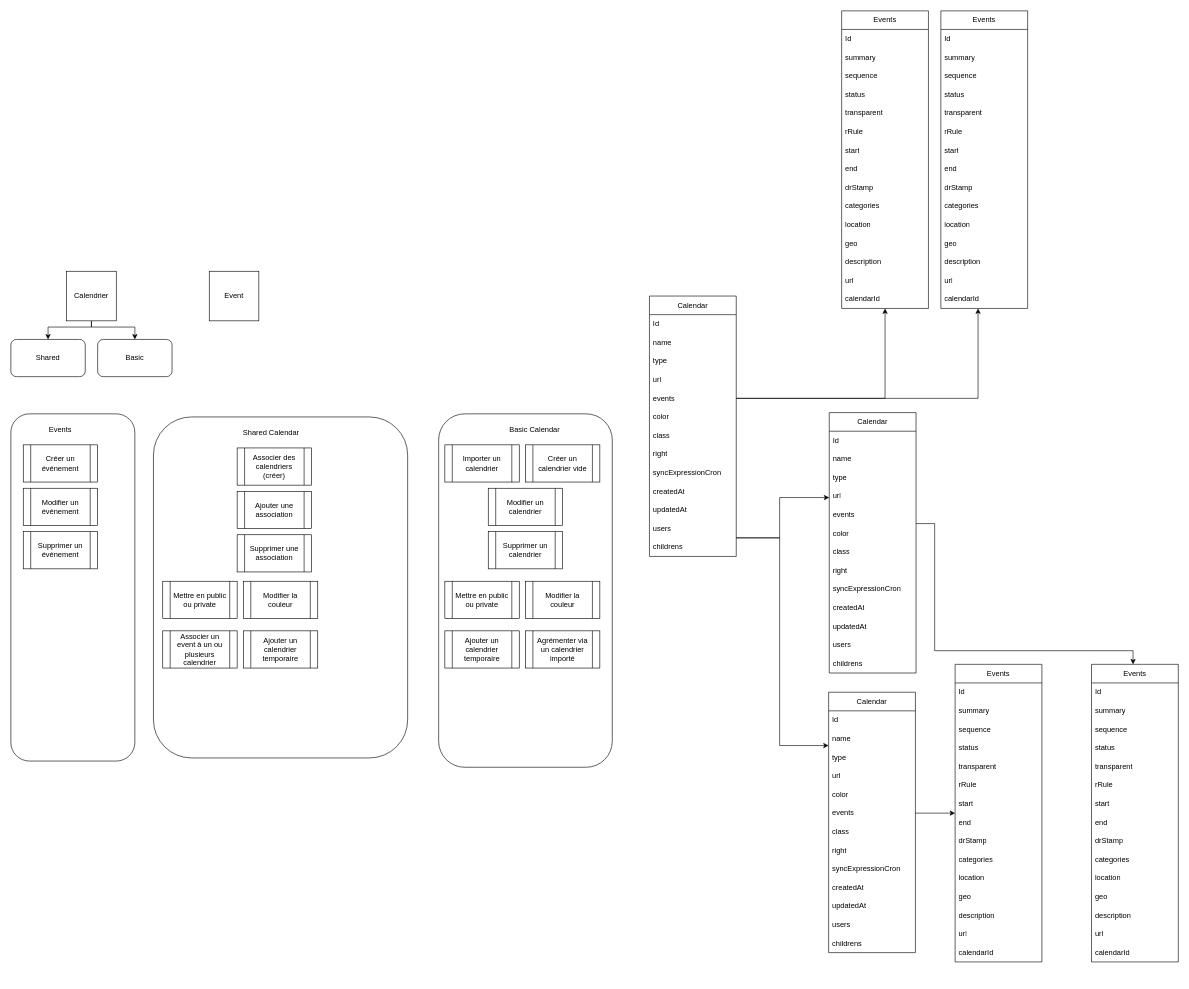
Above: doc_diagram.drawio in YannickPerret/Yach (draw.io), before the change. Source tidied: cells renumbered, new cells numbered last; positions are measured from the earlier drawing's top-left corner, leaving out a move shared by most shapes. Both pictures are drawn from the tidied source at 62%, with x=0, y=0 at pixel (11, 11).
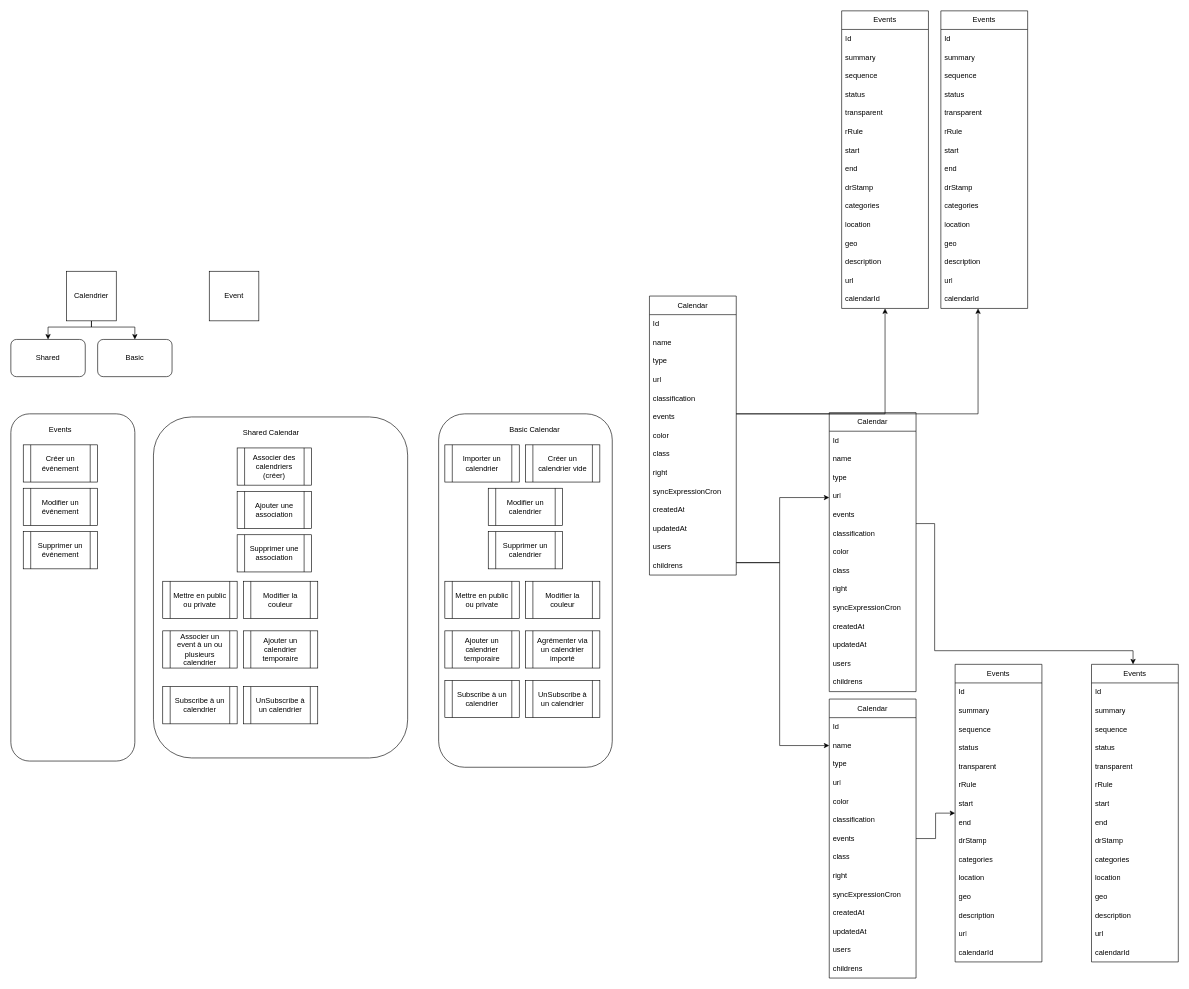
Above is the later version.

The change refers to these unchanged cells:
```xml
<mxCell id="74" value="Events" style="swimlane;fontStyle=0;horizontal=1;startSize=30;whiteSpace=wrap;html=1;" parent="1" vertex="1">
  <mxGeometry x="1340" width="140" height="480" as="geometry" />
</mxCell>
<mxCell id="91" value="Events" style="swimlane;fontStyle=0;horizontal=1;startSize=30;whiteSpace=wrap;html=1;" parent="1" vertex="1">
  <mxGeometry x="1500" width="140" height="480" as="geometry" />
</mxCell>
```

Diff of the diagram source:
```diff
@@
     <mxCell id="30" value="Calendar" style="swimlane;fontStyle=0;horizontal=1;startSize=30;whiteSpace=wrap;html=1;" parent="1" vertex="1">
-      <mxGeometry x="1030" y="460" width="140" height="420" as="geometry" />
+      <mxGeometry x="1030" y="460" width="140" height="450" as="geometry" />
     </mxCell>
@@
+    <mxCell id="144" value="classification" style="text;strokeColor=none;fillColor=none;align=left;verticalAlign=middle;spacingLeft=4;spacingRight=4;overflow=hidden;whiteSpace=wrap;html=1;" parent="30" vertex="1">
+      <mxGeometry y="150" width="140" height="30" as="geometry" />
+    </mxCell>
     <mxCell id="35" value="events" style="text;strokeColor=none;fillColor=none;align=left;verticalAlign=middle;spacingLeft=4;spacingRight=4;overflow=hidden;points=[[0,0.5],[1,0.5]];portConstraint=eastwest;whiteSpace=wrap;html=1;" parent="30" vertex="1">
-      <mxGeometry y="150" width="140" height="30" as="geometry" />
+      <mxGeometry y="180" width="140" height="30" as="geometry" />
     </mxCell>
     <mxCell id="36" value="color" style="text;strokeColor=none;fillColor=none;align=left;verticalAlign=middle;spacingLeft=4;spacingRight=4;overflow=hidden;whiteSpace=wrap;html=1;" parent="30" vertex="1">
-      <mxGeometry y="180" width="140" height="30" as="geometry" />
+      <mxGeometry y="210" width="140" height="30" as="geometry" />
     </mxCell>
     <mxCell id="37" value="class" style="text;strokeColor=none;fillColor=none;align=left;verticalAlign=middle;spacingLeft=4;spacingRight=4;overflow=hidden;whiteSpace=wrap;html=1;" parent="30" vertex="1">
-      <mxGeometry y="210" width="140" height="30" as="geometry" />
+      <mxGeometry y="240" width="140" height="30" as="geometry" />
     </mxCell>
     <mxCell id="38" value="right" style="text;strokeColor=none;fillColor=none;align=left;verticalAlign=middle;spacingLeft=4;spacingRight=4;overflow=hidden;whiteSpace=wrap;html=1;" parent="30" vertex="1">
-      <mxGeometry y="240" width="140" height="30" as="geometry" />
+      <mxGeometry y="270" width="140" height="30" as="geometry" />
     </mxCell>
     <mxCell id="39" value="syncExpressionCron" style="text;strokeColor=none;fillColor=none;align=left;verticalAlign=middle;spacingLeft=4;spacingRight=4;overflow=hidden;whiteSpace=wrap;html=1;" parent="30" vertex="1">
-      <mxGeometry y="270" width="140" height="30" as="geometry" />
+      <mxGeometry y="300" width="140" height="30" as="geometry" />
     </mxCell>
     <mxCell id="40" value="createdAt" style="text;strokeColor=none;fillColor=none;align=left;verticalAlign=middle;spacingLeft=4;spacingRight=4;overflow=hidden;whiteSpace=wrap;html=1;" parent="30" vertex="1">
-      <mxGeometry y="300" width="140" height="30" as="geometry" />
+      <mxGeometry y="330" width="140" height="30" as="geometry" />
     </mxCell>
     <mxCell id="41" value="updatedAt" style="text;strokeColor=none;fillColor=none;align=left;verticalAlign=middle;spacingLeft=4;spacingRight=4;overflow=hidden;whiteSpace=wrap;html=1;" parent="30" vertex="1">
-      <mxGeometry y="330" width="140" height="30" as="geometry" />
+      <mxGeometry y="360" width="140" height="30" as="geometry" />
     </mxCell>
     <mxCell id="42" value="users" style="text;strokeColor=none;fillColor=none;align=left;verticalAlign=middle;spacingLeft=4;spacingRight=4;overflow=hidden;whiteSpace=wrap;html=1;" parent="30" vertex="1">
-      <mxGeometry y="360" width="140" height="30" as="geometry" />
+      <mxGeometry y="390" width="140" height="30" as="geometry" />
     </mxCell>
     <mxCell id="43" value="childrens" style="text;strokeColor=none;fillColor=none;align=left;verticalAlign=middle;spacingLeft=4;spacingRight=4;overflow=hidden;points=[[0,0.5],[1,0.5]];portConstraint=eastwest;whiteSpace=wrap;html=1;" parent="30" vertex="1">
-      <mxGeometry y="390" width="140" height="30" as="geometry" />
+      <mxGeometry y="420" width="140" height="30" as="geometry" />
     </mxCell>
     <mxCell id="44" value="Calendar" style="swimlane;fontStyle=0;horizontal=1;startSize=30;whiteSpace=wrap;html=1;" parent="1" vertex="1">
-      <mxGeometry x="1320" y="648" width="140" height="420" as="geometry" />
+      <mxGeometry x="1320" y="648" width="140" height="450" as="geometry" />
     </mxCell>
@@
+    <mxCell id="145" value="classification" style="text;strokeColor=none;fillColor=none;align=left;verticalAlign=middle;spacingLeft=4;spacingRight=4;overflow=hidden;whiteSpace=wrap;html=1;" parent="44" vertex="1">
+      <mxGeometry y="180" width="140" height="30" as="geometry" />
+    </mxCell>
     <mxCell id="50" value="color" style="text;strokeColor=none;fillColor=none;align=left;verticalAlign=middle;spacingLeft=4;spacingRight=4;overflow=hidden;whiteSpace=wrap;html=1;" parent="44" vertex="1">
-      <mxGeometry y="180" width="140" height="30" as="geometry" />
+      <mxGeometry y="210" width="140" height="30" as="geometry" />
     </mxCell>
     <mxCell id="51" value="class" style="text;strokeColor=none;fillColor=none;align=left;verticalAlign=middle;spacingLeft=4;spacingRight=4;overflow=hidden;whiteSpace=wrap;html=1;" parent="44" vertex="1">
-      <mxGeometry y="210" width="140" height="30" as="geometry" />
+      <mxGeometry y="240" width="140" height="30" as="geometry" />
     </mxCell>
     <mxCell id="52" value="right" style="text;strokeColor=none;fillColor=none;align=left;verticalAlign=middle;spacingLeft=4;spacingRight=4;overflow=hidden;whiteSpace=wrap;html=1;" parent="44" vertex="1">
-      <mxGeometry y="240" width="140" height="30" as="geometry" />
+      <mxGeometry y="270" width="140" height="30" as="geometry" />
     </mxCell>
     <mxCell id="53" value="syncExpressionCron" style="text;strokeColor=none;fillColor=none;align=left;verticalAlign=middle;spacingLeft=4;spacingRight=4;overflow=hidden;whiteSpace=wrap;html=1;" parent="44" vertex="1">
-      <mxGeometry y="270" width="140" height="30" as="geometry" />
+      <mxGeometry y="300" width="140" height="30" as="geometry" />
     </mxCell>
     <mxCell id="54" value="createdAt" style="text;strokeColor=none;fillColor=none;align=left;verticalAlign=middle;spacingLeft=4;spacingRight=4;overflow=hidden;whiteSpace=wrap;html=1;" parent="44" vertex="1">
-      <mxGeometry y="300" width="140" height="30" as="geometry" />
+      <mxGeometry y="330" width="140" height="30" as="geometry" />
     </mxCell>
     <mxCell id="55" value="updatedAt" style="text;strokeColor=none;fillColor=none;align=left;verticalAlign=middle;spacingLeft=4;spacingRight=4;overflow=hidden;whiteSpace=wrap;html=1;" parent="44" vertex="1">
-      <mxGeometry y="330" width="140" height="30" as="geometry" />
+      <mxGeometry y="360" width="140" height="30" as="geometry" />
     </mxCell>
     <mxCell id="56" value="users" style="text;strokeColor=none;fillColor=none;align=left;verticalAlign=middle;spacingLeft=4;spacingRight=4;overflow=hidden;whiteSpace=wrap;html=1;" parent="44" vertex="1">
-      <mxGeometry y="360" width="140" height="30" as="geometry" />
+      <mxGeometry y="390" width="140" height="30" as="geometry" />
     </mxCell>
     <mxCell id="57" value="childrens" style="text;strokeColor=none;fillColor=none;align=left;verticalAlign=middle;spacingLeft=4;spacingRight=4;overflow=hidden;whiteSpace=wrap;html=1;" parent="44" vertex="1">
-      <mxGeometry y="390" width="140" height="30" as="geometry" />
+      <mxGeometry y="420" width="140" height="30" as="geometry" />
     </mxCell>
     <mxCell id="58" style="edgeStyle=orthogonalEdgeStyle;rounded=0;jettySize=auto;html=1;" parent="1" edge="1" source="43" target="44">
       <mxGeometry relative="1" as="geometry">
         <Array as="points">
-          <mxPoint x="1240" y="850" />
+          <mxPoint x="1240" y="890" />
           <mxPoint x="1240" y="785" />
         </Array>
       </mxGeometry>
     </mxCell>
     <mxCell id="59" value="Calendar" style="swimlane;fontStyle=0;horizontal=1;startSize=30;whiteSpace=wrap;html=1;" parent="1" vertex="1">
-      <mxGeometry x="1319" y="1099" width="140" height="420" as="geometry" />
+      <mxGeometry x="1320" y="1110" width="140" height="450" as="geometry" />
     </mxCell>
@@
+    <mxCell id="146" value="classification" style="text;strokeColor=none;fillColor=none;align=left;verticalAlign=middle;spacingLeft=4;spacingRight=4;overflow=hidden;whiteSpace=wrap;html=1;" parent="59" vertex="1">
+      <mxGeometry y="180" width="140" height="30" as="geometry" />
+    </mxCell>
     <mxCell id="65" value="events" style="text;strokeColor=none;fillColor=none;align=left;verticalAlign=middle;spacingLeft=4;spacingRight=4;overflow=hidden;points=[[0,0.5],[1,0.5]];portConstraint=eastwest;whiteSpace=wrap;html=1;" parent="59" vertex="1">
-      <mxGeometry y="180" width="140" height="30" as="geometry" />
+      <mxGeometry y="210" width="140" height="30" as="geometry" />
     </mxCell>
     <mxCell id="66" value="class" style="text;strokeColor=none;fillColor=none;align=left;verticalAlign=middle;spacingLeft=4;spacingRight=4;overflow=hidden;whiteSpace=wrap;html=1;" parent="59" vertex="1">
-      <mxGeometry y="210" width="140" height="30" as="geometry" />
+      <mxGeometry y="240" width="140" height="30" as="geometry" />
     </mxCell>
     <mxCell id="67" value="right" style="text;strokeColor=none;fillColor=none;align=left;verticalAlign=middle;spacingLeft=4;spacingRight=4;overflow=hidden;whiteSpace=wrap;html=1;" parent="59" vertex="1">
-      <mxGeometry y="240" width="140" height="30" as="geometry" />
+      <mxGeometry y="270" width="140" height="30" as="geometry" />
     </mxCell>
     <mxCell id="68" value="syncExpressionCron" style="text;strokeColor=none;fillColor=none;align=left;verticalAlign=middle;spacingLeft=4;spacingRight=4;overflow=hidden;whiteSpace=wrap;html=1;" parent="59" vertex="1">
-      <mxGeometry y="270" width="140" height="30" as="geometry" />
+      <mxGeometry y="300" width="140" height="30" as="geometry" />
     </mxCell>
     <mxCell id="69" value="createdAt" style="text;strokeColor=none;fillColor=none;align=left;verticalAlign=middle;spacingLeft=4;spacingRight=4;overflow=hidden;whiteSpace=wrap;html=1;" parent="59" vertex="1">
-      <mxGeometry y="300" width="140" height="30" as="geometry" />
+      <mxGeometry y="330" width="140" height="30" as="geometry" />
     </mxCell>
     <mxCell id="70" value="updatedAt" style="text;strokeColor=none;fillColor=none;align=left;verticalAlign=middle;spacingLeft=4;spacingRight=4;overflow=hidden;whiteSpace=wrap;html=1;" parent="59" vertex="1">
-      <mxGeometry y="330" width="140" height="30" as="geometry" />
+      <mxGeometry y="360" width="140" height="30" as="geometry" />
     </mxCell>
     <mxCell id="71" value="users" style="text;strokeColor=none;fillColor=none;align=left;verticalAlign=middle;spacingLeft=4;spacingRight=4;overflow=hidden;whiteSpace=wrap;html=1;" parent="59" vertex="1">
-      <mxGeometry y="360" width="140" height="30" as="geometry" />
+      <mxGeometry y="390" width="140" height="30" as="geometry" />
     </mxCell>
     <mxCell id="72" value="childrens" style="text;strokeColor=none;fillColor=none;align=left;verticalAlign=middle;spacingLeft=4;spacingRight=4;overflow=hidden;whiteSpace=wrap;html=1;" parent="59" vertex="1">
-      <mxGeometry y="390" width="140" height="30" as="geometry" />
+      <mxGeometry y="420" width="140" height="30" as="geometry" />
     </mxCell>
     <mxCell id="73" style="edgeStyle=orthogonalEdgeStyle;rounded=0;jettySize=auto;html=1;" parent="1" edge="1" source="43" target="59">
       <mxGeometry relative="1" as="geometry">
         <Array as="points">
-          <mxPoint x="1240" y="850" />
+          <mxPoint x="1240" y="890" />
           <mxPoint x="1240" y="1185" />
         </Array>
       </mxGeometry>
     </mxCell>
@@
     <mxCell id="90" style="edgeStyle=orthogonalEdgeStyle;rounded=0;jettySize=auto;html=1;" parent="1" edge="1" source="35" target="74">
       <mxGeometry relative="1" as="geometry">
         <Array as="points">
-          <mxPoint x="1410" y="625" />
+          <mxPoint x="1410" y="650" />
         </Array>
       </mxGeometry>
     </mxCell>
@@
     <mxCell id="107" style="edgeStyle=orthogonalEdgeStyle;rounded=0;jettySize=auto;html=1;" parent="1" edge="1" source="35" target="91">
       <mxGeometry relative="1" as="geometry">
         <Array as="points">
-          <mxPoint x="1560" y="625" />
+          <mxPoint x="1560" y="650" />
         </Array>
       </mxGeometry>
     </mxCell>
@@
+    <mxCell id="147" value="Subscribe à un calendrier" style="shape=process;whiteSpace=wrap;html=1;backgroundOutline=1;" parent="1" vertex="1">
+      <mxGeometry x="245" y="1090" width="120" height="60" as="geometry" />
+    </mxCell>
+    <mxCell id="148" value="UnSubscribe à un calendrier" style="shape=process;whiteSpace=wrap;html=1;backgroundOutline=1;" parent="1" vertex="1">
+      <mxGeometry x="375" y="1090" width="120" height="60" as="geometry" />
+    </mxCell>
+    <mxCell id="149" value="Subscribe à un calendrier" style="shape=process;whiteSpace=wrap;html=1;backgroundOutline=1;" parent="1" vertex="1">
+      <mxGeometry x="700" y="1080" width="120" height="60" as="geometry" />
+    </mxCell>
+    <mxCell id="150" value="UnSubscribe à un calendrier" style="shape=process;whiteSpace=wrap;html=1;backgroundOutline=1;" parent="1" vertex="1">
+      <mxGeometry x="830" y="1080" width="120" height="60" as="geometry" />
+    </mxCell>
```
